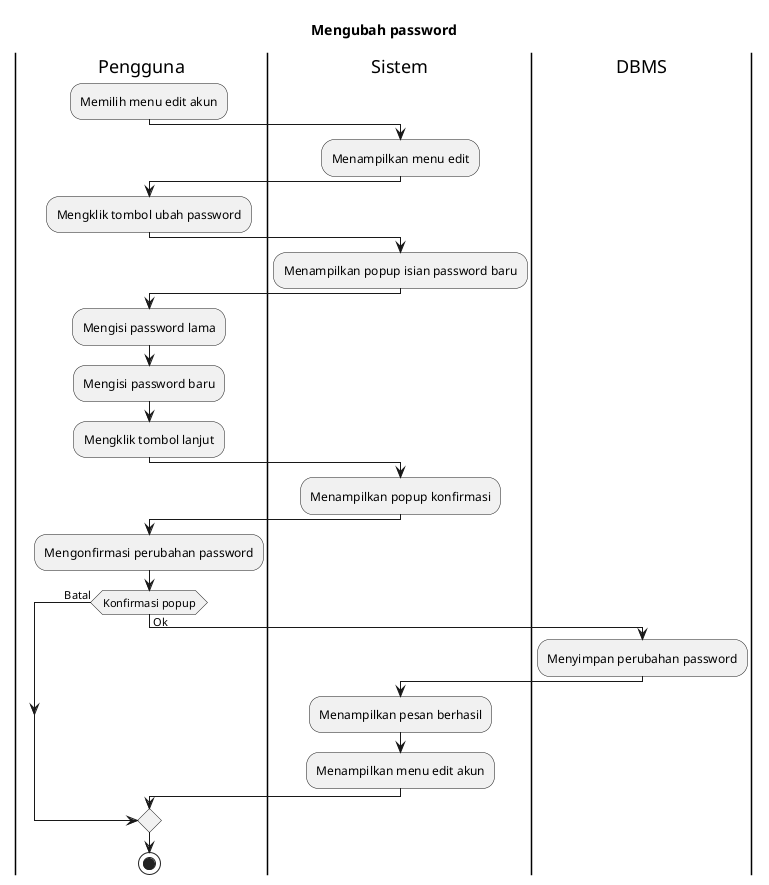
Earlier version of the PlantUML export export/Activity Diagrams/UC-MGACCOUNT - Manajemen Akun/UC-MGACCOUNT-003 - Mengubah password.png (bagusNA/appl-diagrams). Its diagram source:
```plantuml
@startuml
title Mengubah password

|Pengguna|
:Memilih menu edit akun;

|Sistem|
:Menampilkan menu edit;

|Pengguna|
:Mengklik tombol ubah password;

|Sistem|
:Menampilkan popup isian password baru;

|Pengguna|
:Mengisi password lama;
:Mengisi password baru;
:Mengklik tombol lanjut;

|Sistem|
:Menampilkan popup konfirmasi;

|Pengguna|
:Mengonfirmasi perubahan password;

if (Konfirmasi popup) then (Batal)
else (Ok)
  |DBMS|
  :Menyimpan perubahan password;

  |Sistem|
  :Menampilkan pesan berhasil;
  :Menampilkan menu edit akun;
endif

|Pengguna|
stop
@enduml
```
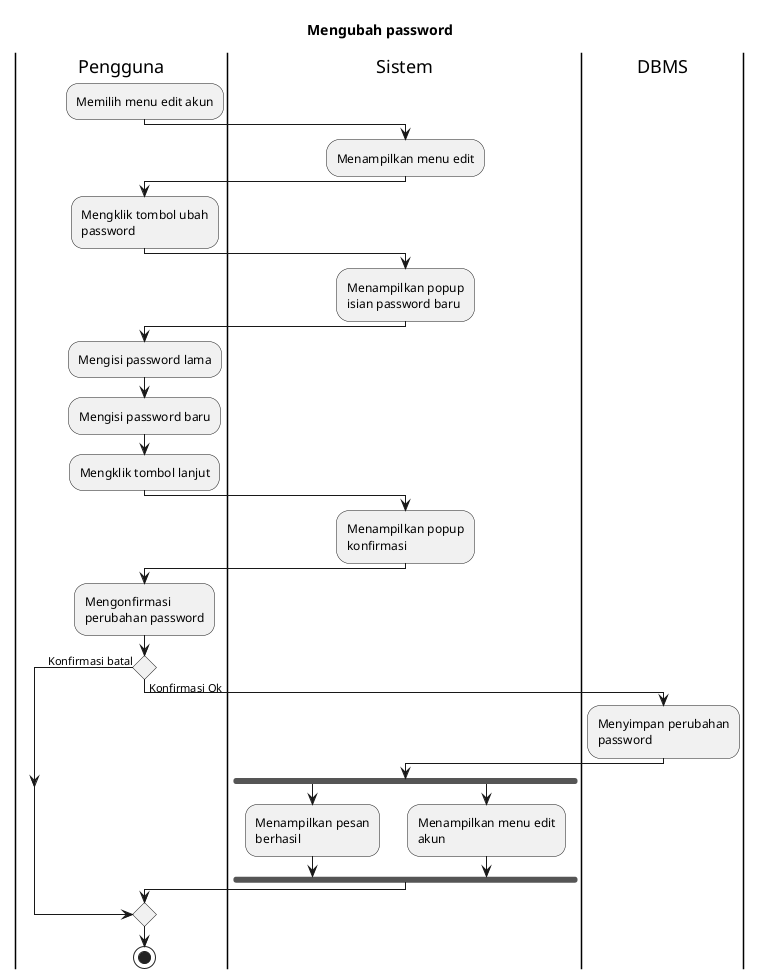
The same file after the commit.

Diff of the diagram source:
```diff
@@ -1,4 +1,6 @@
 @startuml
+skinparam wrapWidth 140
+
 title Mengubah password
 
 |Pengguna|
@@ -24,14 +26,17 @@
 |Pengguna|
 :Mengonfirmasi perubahan password;
 
-if (Konfirmasi popup) then (Batal)
-else (Ok)
+if () then (Konfirmasi batal)
+else (Konfirmasi Ok)
   |DBMS|
   :Menyimpan perubahan password;
 
   |Sistem|
-  :Menampilkan pesan berhasil;
-  :Menampilkan menu edit akun;
+  fork
+    :Menampilkan pesan berhasil;
+  fork again
+    :Menampilkan menu edit akun;
+  endfork
 endif
 
 |Pengguna|
```
